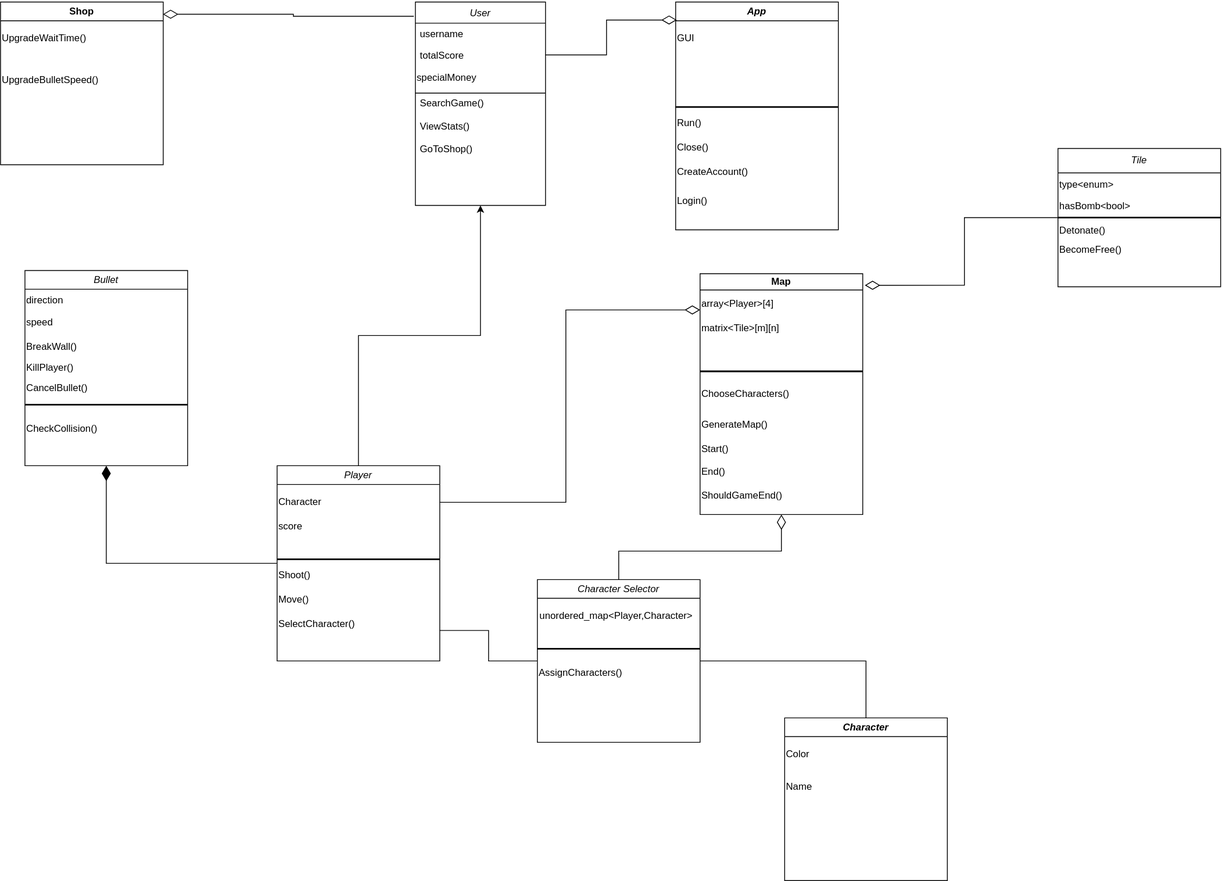
Before: BattleCity.svg, a diagram exported from draw.io (bogdanmb04/modern-c-project). Source tidied: cells renumbered, new cells last; positions are measured from the earlier drawing's top-left corner, leaving out a move shared by most shapes.
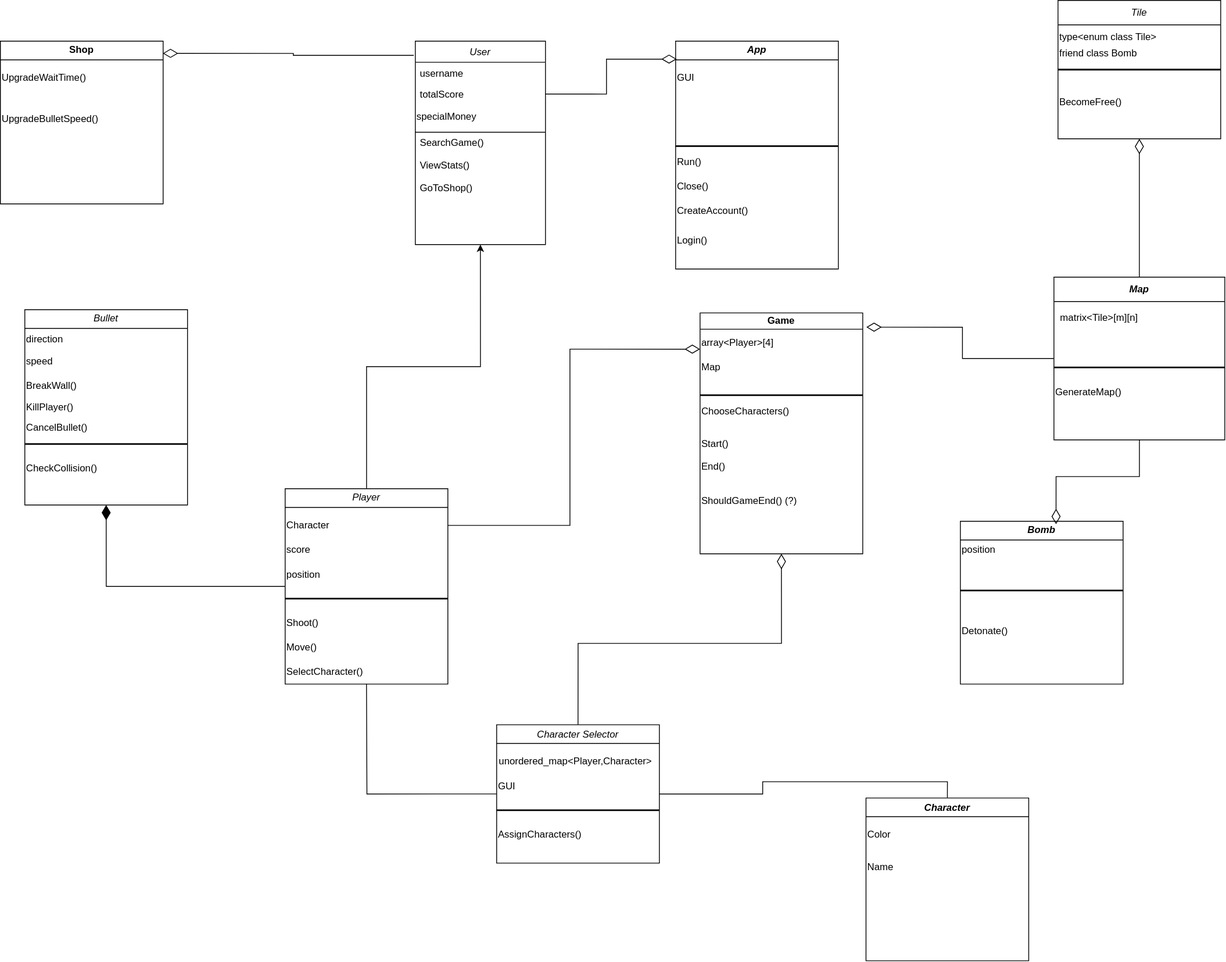
After the change.

Change to the diagram source:
```diff
@@ -20,54 +20,45 @@
     <mxCell id="7" value="SearchGame()&#10;&#10;ViewStats()&#10;&#10;GoToShop()&#10;&#10;" style="text;align=left;verticalAlign=middle;spacingLeft=4;spacingRight=4;overflow=hidden;labelPosition=center;verticalLabelPosition=middle;" parent="2" vertex="1">
       <mxGeometry y="116" width="160" height="84" as="geometry" />
     </mxCell>
-    <mxCell id="8" value="Map" style="swimlane;whiteSpace=wrap;html=1;startSize=20;" parent="1" vertex="1">
+    <mxCell id="8" value="Game" style="swimlane;whiteSpace=wrap;html=1;startSize=20;" parent="1" vertex="1">
       <mxGeometry x="860" y="334" width="200" height="296" as="geometry" />
     </mxCell>
     <mxCell id="9" value="array&amp;lt;Player&amp;gt;[4]" style="text;html=1;align=left;verticalAlign=middle;whiteSpace=wrap;rounded=0;" parent="8" vertex="1">
       <mxGeometry y="22" width="200" height="30" as="geometry" />
     </mxCell>
-    <mxCell id="10" value="matrix&amp;lt;Tile&amp;gt;[m][n]" style="text;html=1;align=left;verticalAlign=middle;whiteSpace=wrap;rounded=0;" parent="8" vertex="1">
-      <mxGeometry y="52" width="200" height="30" as="geometry" />
-    </mxCell>
     <mxCell id="11" style="line;strokeWidth=2;html=1;" parent="8" vertex="1">
-      <mxGeometry y="115" width="200" height="10" as="geometry" />
+      <mxGeometry y="96" width="200" height="10" as="geometry" />
     </mxCell>
     <mxCell id="12" value="Start()" style="text;html=1;align=left;verticalAlign=middle;whiteSpace=wrap;rounded=0;" parent="8" vertex="1">
-      <mxGeometry y="201" width="200" height="30" as="geometry" />
+      <mxGeometry y="146" width="200" height="30" as="geometry" />
     </mxCell>
     <mxCell id="13" value="End()" style="text;html=1;align=left;verticalAlign=middle;whiteSpace=wrap;rounded=0;" parent="8" vertex="1">
-      <mxGeometry y="231" width="200" height="25" as="geometry" />
+      <mxGeometry y="176" width="200" height="25" as="geometry" />
     </mxCell>
-    <mxCell id="14" value="GenerateMap()" style="text;html=1;align=left;verticalAlign=middle;whiteSpace=wrap;rounded=0;" parent="8" vertex="1">
-      <mxGeometry y="171" width="200" height="30" as="geometry" />
-    </mxCell>
-    <mxCell id="15" value="ShouldGameEnd()" style="text;html=1;align=left;verticalAlign=middle;whiteSpace=wrap;rounded=0;" parent="8" vertex="1">
-      <mxGeometry y="258" width="200" height="30" as="geometry" />
+    <mxCell id="15" value="ShouldGameEnd() (?)" style="text;html=1;align=left;verticalAlign=middle;whiteSpace=wrap;rounded=0;" parent="8" vertex="1">
+      <mxGeometry y="216" width="200" height="30" as="geometry" />
     </mxCell>
     <mxCell id="16" value="ChooseCharacters()" style="text;html=1;align=left;verticalAlign=middle;whiteSpace=wrap;rounded=0;" parent="8" vertex="1">
-      <mxGeometry y="133" width="200" height="30" as="geometry" />
+      <mxGeometry y="106" width="200" height="30" as="geometry" />
     </mxCell>
-    <mxCell id="17" style="edgeStyle=orthogonalEdgeStyle;rounded=0;jettySize=auto;html=1;entryX=1.013;entryY=0.048;entryDx=0;entryDy=0;entryPerimeter=0;endArrow=diamondThin;endFill=0;endSize=16;" parent="1" edge="1" source="18" target="8">
-      <mxGeometry relative="1" as="geometry" />
-    </mxCell>
+    <mxCell id="64" value="&lt;div align=&quot;left&quot;&gt;Map&lt;/div&gt;" style="text;html=1;align=left;verticalAlign=middle;whiteSpace=wrap;rounded=0;" parent="8" vertex="1">
+      <mxGeometry y="52" width="200" height="30" as="geometry" />
+    </mxCell>
     <mxCell id="18" value="&lt;span style=&quot;font-weight: normal;&quot;&gt;&lt;i&gt;Tile&lt;/i&gt;&lt;/span&gt;" style="swimlane;whiteSpace=wrap;html=1;startSize=30;" parent="1" vertex="1">
-      <mxGeometry x="1300" y="180" width="200" height="170" as="geometry" />
+      <mxGeometry x="1300" y="-50" width="200" height="170" as="geometry" />
     </mxCell>
-    <mxCell id="19" value="type&amp;lt;enum&amp;gt;" style="text;html=1;align=left;verticalAlign=middle;whiteSpace=wrap;rounded=0;" parent="18" vertex="1">
+    <mxCell id="19" value="type&amp;lt;enum class Tile&amp;gt;" style="text;html=1;align=left;verticalAlign=middle;whiteSpace=wrap;rounded=0;" parent="18" vertex="1">
       <mxGeometry y="30" width="200" height="30" as="geometry" />
     </mxCell>
     <mxCell id="20" style="line;strokeWidth=2;html=1;" parent="18" vertex="1">
       <mxGeometry y="80" width="200" height="10" as="geometry" />
     </mxCell>
-    <mxCell id="21" value="hasBomb&amp;lt;bool&amp;gt;" style="text;html=1;align=left;verticalAlign=middle;whiteSpace=wrap;rounded=0;" parent="18" vertex="1">
-      <mxGeometry y="56" width="200" height="30" as="geometry" />
-    </mxCell>
-    <mxCell id="22" value="Detonate()" style="text;html=1;align=left;verticalAlign=middle;whiteSpace=wrap;rounded=0;" parent="18" vertex="1">
-      <mxGeometry y="86" width="200" height="30" as="geometry" />
-    </mxCell>
     <mxCell id="23" value="BecomeFree()" style="text;html=1;align=left;verticalAlign=middle;whiteSpace=wrap;rounded=0;" parent="18" vertex="1">
       <mxGeometry y="110" width="200" height="30" as="geometry" />
     </mxCell>
+    <mxCell id="65" value="friend class Bomb" style="text;html=1;align=left;verticalAlign=middle;whiteSpace=wrap;rounded=0;" parent="18" vertex="1">
+      <mxGeometry y="50" width="200" height="30" as="geometry" />
+    </mxCell>
     <mxCell id="24" value="&lt;span style=&quot;font-weight: normal;&quot;&gt;&lt;i&gt;Bullet&lt;/i&gt;&lt;/span&gt;" style="swimlane;whiteSpace=wrap;html=1;" parent="1" vertex="1">
       <mxGeometry x="30" y="330" width="200" height="240" as="geometry" />
     </mxCell>
@@ -120,26 +111,29 @@
       <mxGeometry relative="1" as="geometry" />
     </mxCell>
     <mxCell id="41" value="&lt;i style=&quot;font-weight: normal;&quot;&gt;Player&lt;/i&gt;" style="swimlane;whiteSpace=wrap;html=1;align=center;" parent="1" vertex="1">
-      <mxGeometry x="340" y="570" width="200" height="240" as="geometry" />
+      <mxGeometry x="350" y="550" width="200" height="240" as="geometry" />
     </mxCell>
     <mxCell id="42" value="Character" style="text;html=1;align=left;verticalAlign=middle;whiteSpace=wrap;rounded=0;" parent="41" vertex="1">
       <mxGeometry y="30" width="200" height="30" as="geometry" />
     </mxCell>
     <mxCell id="43" style="line;strokeWidth=2;html=1;" parent="41" vertex="1">
-      <mxGeometry y="110" width="200" height="10" as="geometry" />
+      <mxGeometry y="130" width="200" height="10" as="geometry" />
     </mxCell>
     <mxCell id="44" value="Shoot()" style="text;html=1;align=left;verticalAlign=middle;whiteSpace=wrap;rounded=0;" parent="41" vertex="1">
-      <mxGeometry y="120" width="200" height="30" as="geometry" />
+      <mxGeometry y="150" width="200" height="30" as="geometry" />
     </mxCell>
     <mxCell id="45" value="Move()" style="text;html=1;align=left;verticalAlign=middle;whiteSpace=wrap;rounded=0;" parent="41" vertex="1">
-      <mxGeometry y="150" width="200" height="30" as="geometry" />
+      <mxGeometry y="180" width="200" height="30" as="geometry" />
     </mxCell>
     <mxCell id="46" value="score" style="text;html=1;align=left;verticalAlign=middle;whiteSpace=wrap;rounded=0;" parent="41" vertex="1">
       <mxGeometry y="60" width="200" height="30" as="geometry" />
     </mxCell>
     <mxCell id="47" value="SelectCharacter()" style="text;html=1;align=left;verticalAlign=middle;whiteSpace=wrap;rounded=0;" parent="41" vertex="1">
-      <mxGeometry y="180" width="200" height="30" as="geometry" />
+      <mxGeometry y="210" width="200" height="30" as="geometry" />
     </mxCell>
+    <mxCell id="66" value="&lt;div align=&quot;left&quot;&gt;position&lt;br&gt;&lt;/div&gt;" style="text;html=1;align=left;verticalAlign=middle;whiteSpace=wrap;rounded=0;" parent="41" vertex="1">
+      <mxGeometry y="91" width="200" height="30" as="geometry" />
+    </mxCell>
     <mxCell id="48" style="edgeStyle=orthogonalEdgeStyle;rounded=0;jettySize=auto;html=1;entryX=0;entryY=0.75;entryDx=0;entryDy=0;endArrow=diamondThin;endFill=0;endSize=16;" parent="1" edge="1" source="42" target="9">
       <mxGeometry relative="1" as="geometry" />
     </mxCell>
@@ -164,23 +158,23 @@
     <mxCell id="55" style="edgeStyle=orthogonalEdgeStyle;rounded=0;jettySize=auto;html=1;exitX=0.5;exitY=0;exitDx=0;exitDy=0;entryX=0.5;entryY=1;entryDx=0;entryDy=0;endArrow=diamondThin;endFill=0;endSize=16;" parent="1" edge="1" source="57" target="8">
       <mxGeometry relative="1" as="geometry" />
     </mxCell>
-    <mxCell id="56" style="edgeStyle=orthogonalEdgeStyle;rounded=0;jettySize=auto;html=1;exitX=0;exitY=0.5;exitDx=0;exitDy=0;entryX=1;entryY=0.75;entryDx=0;entryDy=0;endArrow=none;endFill=0;" parent="1" edge="1" source="57" target="47">
-      <mxGeometry relative="1" as="geometry" />
-    </mxCell>
     <mxCell id="57" value="&lt;i style=&quot;font-weight: normal;&quot;&gt;Character Selector&lt;/i&gt;" style="swimlane;whiteSpace=wrap;html=1;" parent="1" vertex="1">
-      <mxGeometry x="660" y="710" width="200" height="200" as="geometry" />
+      <mxGeometry x="610" y="840" width="200" height="170" as="geometry" />
     </mxCell>
     <mxCell id="58" value="unordered_map&amp;lt;Player,Character&amp;gt;" style="text;html=1;align=left;verticalAlign=middle;whiteSpace=wrap;rounded=0;" parent="57" vertex="1">
       <mxGeometry x="1" y="30" width="200" height="30" as="geometry" />
     </mxCell>
     <mxCell id="59" style="line;strokeWidth=2;html=1;" parent="57" vertex="1">
-      <mxGeometry y="80" width="200" height="10" as="geometry" />
+      <mxGeometry y="100" width="200" height="10" as="geometry" />
     </mxCell>
     <mxCell id="60" value="&lt;div align=&quot;left&quot;&gt;AssignCharacters()&lt;/div&gt;" style="text;html=1;align=left;verticalAlign=middle;whiteSpace=wrap;rounded=0;" parent="57" vertex="1">
-      <mxGeometry y="100" width="200" height="30" as="geometry" />
+      <mxGeometry y="120" width="200" height="30" as="geometry" />
     </mxCell>
+    <mxCell id="67" value="&lt;div align=&quot;left&quot;&gt;GUI&lt;/div&gt;" style="text;html=1;align=left;verticalAlign=middle;whiteSpace=wrap;rounded=0;" parent="57" vertex="1">
+      <mxGeometry y="61" width="200" height="30" as="geometry" />
+    </mxCell>
     <mxCell id="61" value="&lt;i&gt;Character&lt;/i&gt;" style="swimlane;whiteSpace=wrap;html=1;startSize=23;" parent="1" vertex="1">
-      <mxGeometry x="964" y="880" width="200" height="200" as="geometry" />
+      <mxGeometry x="1064" y="930" width="200" height="200" as="geometry" />
     </mxCell>
     <mxCell id="62" value="Color" style="text;html=1;align=left;verticalAlign=middle;whiteSpace=wrap;rounded=0;" parent="61" vertex="1">
       <mxGeometry y="30" width="200" height="30" as="geometry" />
@@ -188,5 +182,43 @@
     <mxCell id="63" value="Name" style="text;html=1;align=left;verticalAlign=middle;whiteSpace=wrap;rounded=0;" parent="61" vertex="1">
       <mxGeometry y="70" width="200" height="30" as="geometry" />
     </mxCell>
+    <mxCell id="68" style="edgeStyle=orthogonalEdgeStyle;rounded=0;jettySize=auto;html=1;entryX=0.5;entryY=1;entryDx=0;entryDy=0;endArrow=diamondThin;endFill=0;endSize=16;" parent="1" edge="1" source="69" target="18">
+      <mxGeometry relative="1" as="geometry" />
+    </mxCell>
+    <mxCell id="69" value="&lt;i&gt;Map&lt;/i&gt;" style="swimlane;whiteSpace=wrap;html=1;startSize=30;" parent="1" vertex="1">
+      <mxGeometry x="1295" y="290" width="210" height="200" as="geometry" />
+    </mxCell>
+    <mxCell id="10" value="matrix&amp;lt;Tile&amp;gt;[m][n]" style="text;html=1;align=left;verticalAlign=middle;whiteSpace=wrap;rounded=0;" parent="69" vertex="1">
+      <mxGeometry x="6" y="35" width="200" height="30" as="geometry" />
+    </mxCell>
+    <mxCell id="14" value="GenerateMap()" style="text;html=1;align=left;verticalAlign=middle;whiteSpace=wrap;rounded=0;" parent="69" vertex="1">
+      <mxGeometry y="127" width="200" height="30" as="geometry" />
+    </mxCell>
+    <mxCell id="70" style="line;strokeWidth=2;html=1;" parent="69" vertex="1">
+      <mxGeometry y="106" width="210" height="10" as="geometry" />
+    </mxCell>
+    <mxCell id="71" style="edgeStyle=orthogonalEdgeStyle;rounded=0;jettySize=auto;html=1;entryX=1.022;entryY=0.059;entryDx=0;entryDy=0;entryPerimeter=0;endArrow=diamondThin;endFill=0;endSize=16;" parent="1" edge="1" source="69" target="8">
+      <mxGeometry relative="1" as="geometry" />
+    </mxCell>
+    <mxCell id="72" value="&lt;i&gt;Bomb&lt;/i&gt;" style="swimlane;whiteSpace=wrap;html=1;" parent="1" vertex="1">
+      <mxGeometry x="1180" y="590" width="200" height="200" as="geometry" />
+    </mxCell>
+    <mxCell id="22" value="Detonate()" style="text;html=1;align=left;verticalAlign=middle;whiteSpace=wrap;rounded=0;" parent="72" vertex="1">
+      <mxGeometry y="120" width="200" height="30" as="geometry" />
+    </mxCell>
+    <mxCell id="73" style="line;strokeWidth=2;html=1;" parent="72" vertex="1">
+      <mxGeometry y="80" width="200" height="10" as="geometry" />
+    </mxCell>
+    <mxCell id="74" value="position" style="text;html=1;align=left;verticalAlign=middle;whiteSpace=wrap;rounded=0;" parent="72" vertex="1">
+      <mxGeometry y="20" width="200" height="30" as="geometry" />
+    </mxCell>
+    <mxCell id="75" style="edgeStyle=orthogonalEdgeStyle;rounded=0;jettySize=auto;html=1;entryX=1.022;entryY=0.061;entryDx=0;entryDy=0;entryPerimeter=0;endArrow=none;endFill=0;exitX=0;exitY=0.5;exitDx=0;exitDy=0;" parent="1" edge="1" source="57">
+      <mxGeometry relative="1" as="geometry">
+        <mxPoint x="450" y="790" as="targetPoint" />
+      </mxGeometry>
+    </mxCell>
+    <mxCell id="76" style="edgeStyle=orthogonalEdgeStyle;rounded=0;jettySize=auto;html=1;entryX=0.588;entryY=0.018;entryDx=0;entryDy=0;entryPerimeter=0;endSize=16;endArrow=diamondThin;endFill=0;" parent="1" edge="1" source="69" target="72">
+      <mxGeometry relative="1" as="geometry" />
+    </mxCell>
   </root>
 </mxGraphModel>
```
